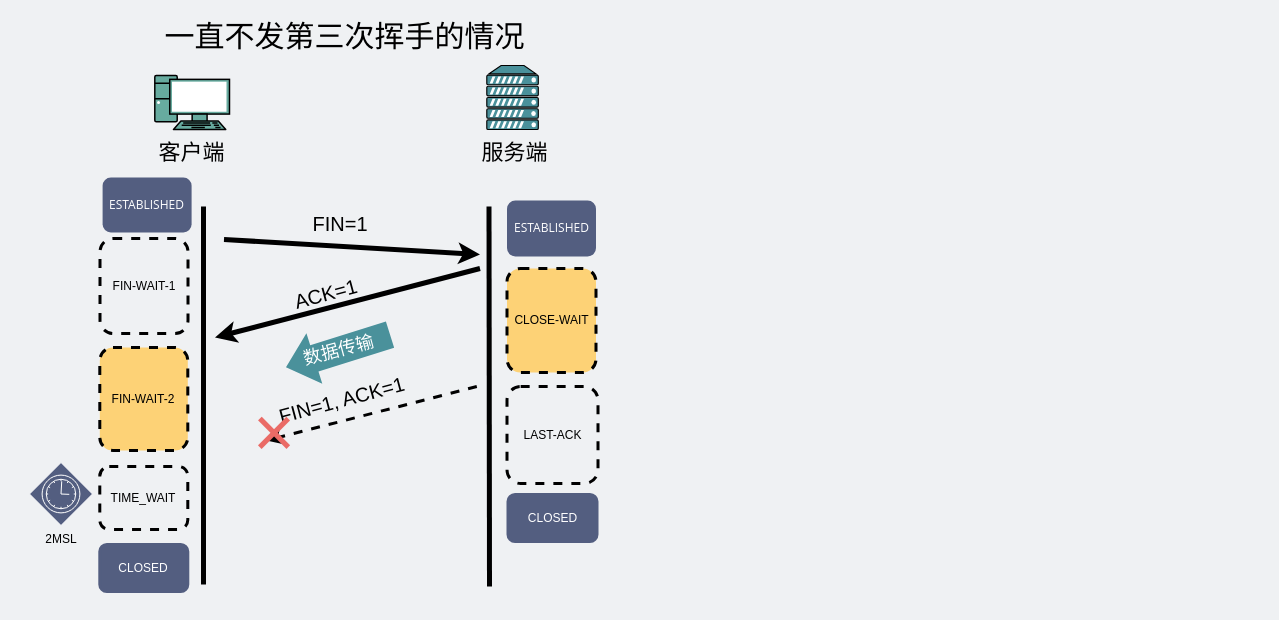
Earlier version of the draw.io diagram network/Copy of FIN-WAIT-2特别多的原因.drawio (xiaobaiTech/image). Source tidied: cells renumbered, new cells numbered last; positions are measured from the earlier drawing's top-left corner, leaving out a move shared by most shapes. Both pictures are drawn from the tidied source at 100%, with x=0, y=0 at pixel (29, 22).
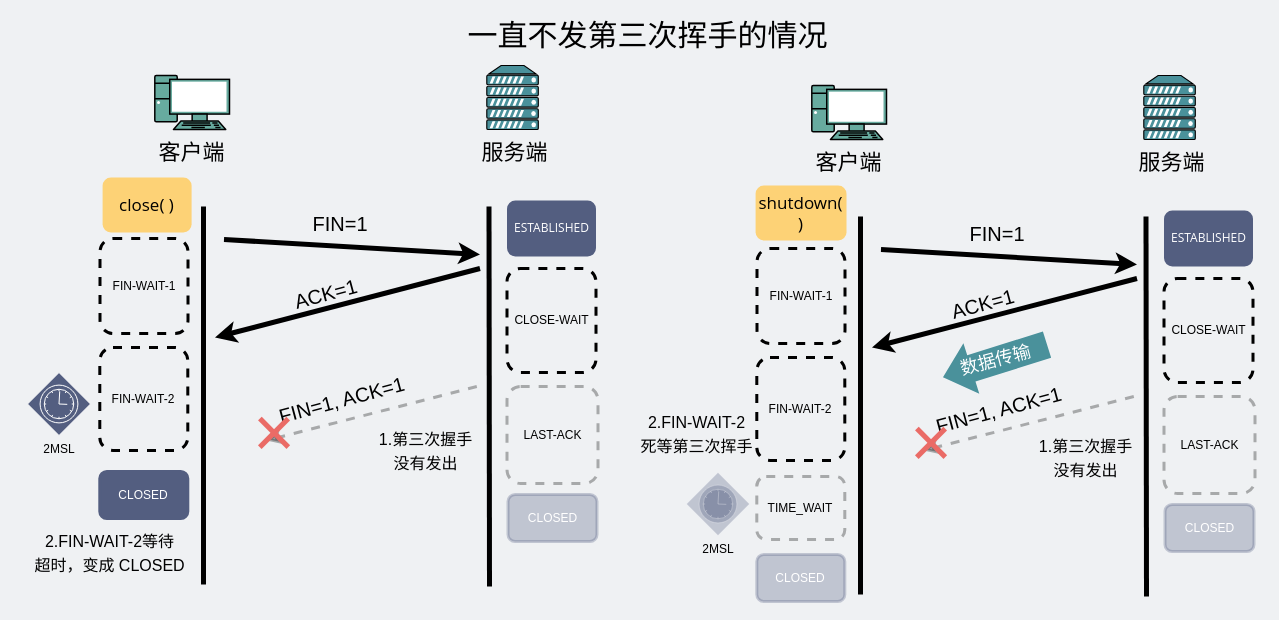
The same page after the edit.

Commit message:
一直不发第三次挥手的情况.drawio

What changed in the source:
```diff
@@
-    <mxCell id="2" style="shape=flexArrow;endArrow=classic;html=1;fontColor=#FFFFFF;gradientColor=none;endWidth=24.381720430107528;endSize=9.583333333333334;width=27.5;strokeColor=none;fillColor=#4A919B;" parent="1" edge="1">
-      <mxGeometry relative="1" as="geometry">
-        <mxPoint x="361" y="312" as="sourcePoint" />
-        <mxPoint x="256" y="345" as="targetPoint" />
-      </mxGeometry>
-    </mxCell>
@@
     <mxCell id="7" value="&lt;span style=&quot;font-size: 30px&quot;&gt;一直不发第三次挥手的情况&lt;/span&gt;" style="text;html=1;strokeColor=none;fillColor=none;align=center;verticalAlign=middle;whiteSpace=wrap;rounded=0;" parent="1" vertex="1">
-      <mxGeometry x="117.5" width="395" height="28" as="geometry" />
+      <mxGeometry x="420.5" y="-1" width="395" height="28" as="geometry" />
     </mxCell>
@@
-    <mxCell id="14" value="&lt;span&gt;CLOSE-WAIT&lt;/span&gt;" style="rounded=1;whiteSpace=wrap;html=1;strokeColor=#000000;dashed=1;strokeWidth=3;fillColor=#FDD276;" parent="1" vertex="1">
+    <mxCell id="14" value="&lt;span&gt;CLOSE-WAIT&lt;/span&gt;" style="rounded=1;whiteSpace=wrap;html=1;strokeColor=#000000;dashed=1;strokeWidth=3;fillColor=none;" parent="1" vertex="1">
       <mxGeometry x="477.5" y="246" width="89" height="104" as="geometry" />
     </mxCell>
-    <mxCell id="15" value="LAST-ACK" style="rounded=1;whiteSpace=wrap;html=1;strokeColor=#000000;fillColor=none;dashed=1;strokeWidth=3;" parent="1" vertex="1">
+    <mxCell id="15" value="LAST-ACK" style="rounded=1;whiteSpace=wrap;html=1;strokeColor=#000000;fillColor=none;dashed=1;strokeWidth=3;opacity=30;" parent="1" vertex="1">
       <mxGeometry x="477.5" y="364" width="91" height="97" as="geometry" />
     </mxCell>
-    <mxCell id="16" value="FIN-WAIT-2" style="rounded=1;whiteSpace=wrap;html=1;strokeColor=#000000;dashed=1;strokeWidth=3;fillColor=#FDD276;" parent="1" vertex="1">
+    <mxCell id="16" value="FIN-WAIT-2" style="rounded=1;whiteSpace=wrap;html=1;strokeColor=#000000;dashed=1;strokeWidth=3;fillColor=none;" parent="1" vertex="1">
       <mxGeometry x="70.3" y="325" width="88" height="103" as="geometry" />
     </mxCell>
@@
-    <mxCell id="19" style="endArrow=none;html=1;strokeWidth=3;startArrow=classic;startFill=1;endFill=0;dashed=1;" parent="1" edge="1">
+    <mxCell id="19" style="endArrow=none;html=1;strokeWidth=3;startArrow=classic;startFill=1;endFill=0;dashed=1;opacity=30;" parent="1" edge="1">
       <mxGeometry relative="1" as="geometry">
         <mxPoint x="237" y="418" as="sourcePoint" />
         <mxPoint x="451.5" y="363" as="targetPoint" />
       </mxGeometry>
     </mxCell>
@@
-    <mxCell id="21" value="TIME_WAIT" style="rounded=1;whiteSpace=wrap;html=1;strokeColor=#000000;fillColor=none;dashed=1;strokeWidth=3;" parent="1" vertex="1">
-      <mxGeometry x="70.3" y="444" width="88" height="63" as="geometry" />
-    </mxCell>
     <mxCell id="22" value="&lt;font color=&quot;#ffffff&quot;&gt;CLOSED&lt;/font&gt;" style="rounded=1;whiteSpace=wrap;html=1;strokeWidth=3;strokeColor=#535E80;fillColor=#535E80;" parent="1" vertex="1">
-      <mxGeometry x="70.3" y="522" width="88" height="47" as="geometry" />
+      <mxGeometry x="70.3" y="449" width="88" height="47" as="geometry" />
     </mxCell>
-    <mxCell id="23" value="&lt;font color=&quot;#ffffff&quot;&gt;CLOSED&lt;/font&gt;" style="rounded=1;whiteSpace=wrap;html=1;strokeWidth=3;strokeColor=#535E80;fillColor=#535E80;" parent="1" vertex="1">
+    <mxCell id="23" value="&lt;font color=&quot;#ffffff&quot;&gt;CLOSED&lt;/font&gt;" style="rounded=1;whiteSpace=wrap;html=1;strokeWidth=3;strokeColor=#535E80;fillColor=#535E80;opacity=30;" parent="1" vertex="1">
       <mxGeometry x="478.5" y="472" width="89" height="47" as="geometry" />
     </mxCell>
     <mxCell id="24" style="shape=mxgraph.bpmn.gateway2;html=1;verticalLabelPosition=bottom;labelBackgroundColor=#ffffff;verticalAlign=top;align=center;perimeter=rhombusPerimeter;outline=standard;symbol=timer;fillColor=#535E80;strokeColor=#FFFFFF;" parent="1" vertex="1">
-      <mxGeometry y="440" width="63" height="63" as="geometry" />
+      <mxGeometry x="-2" y="350" width="63" height="63" as="geometry" />
     </mxCell>
     <mxCell id="25" value="2MSL" style="text;html=1;strokeColor=none;fillColor=none;align=center;verticalAlign=middle;whiteSpace=wrap;rounded=0;" parent="1" vertex="1">
-      <mxGeometry x="11.5" y="507" width="40" height="20" as="geometry" />
+      <mxGeometry x="9.5" y="417" width="40" height="20" as="geometry" />
     </mxCell>
-    <mxCell id="26" value="&lt;span style=&quot;font-family: &amp;#34;open sans&amp;#34; , &amp;#34;clear sans&amp;#34; , &amp;#34;helvetica neue&amp;#34; , &amp;#34;helvetica&amp;#34; , &amp;#34;arial&amp;#34; , sans-serif&quot;&gt;&lt;font style=&quot;font-size: 12px&quot;&gt;ESTABLISHED&lt;br&gt;&lt;/font&gt;&lt;/span&gt;" style="rounded=1;whiteSpace=wrap;html=1;dashed=1;strokeWidth=3;fillColor=#535E80;strokeColor=none;fontColor=#FFFFFF;" parent="1" vertex="1">
+    <mxCell id="26" value="&lt;span style=&quot;font-family: &amp;#34;open sans&amp;#34; , &amp;#34;clear sans&amp;#34; , &amp;#34;helvetica neue&amp;#34; , &amp;#34;helvetica&amp;#34; , &amp;#34;arial&amp;#34; , sans-serif&quot;&gt;&lt;font&gt;&lt;font style=&quot;font-size: 17px&quot;&gt;close( )&lt;/font&gt;&lt;br&gt;&lt;/font&gt;&lt;/span&gt;" style="rounded=1;whiteSpace=wrap;html=1;dashed=1;strokeWidth=3;strokeColor=none;fillColor=#FDD276;" parent="1" vertex="1">
       <mxGeometry x="73.1" y="155" width="89" height="55" as="geometry" />
     </mxCell>
+    <mxCell id="28" value="&lt;font style=&quot;font-size: 72px&quot; color=&quot;#ea6b66&quot;&gt;×&lt;/font&gt;" style="text;html=1;strokeColor=none;fillColor=none;align=center;verticalAlign=middle;whiteSpace=wrap;rounded=0;opacity=30;" parent="1" vertex="1">
+      <mxGeometry x="224.5" y="400" width="40" height="20" as="geometry" />
+    </mxCell>
+    <mxCell id="29" value="&lt;font style=&quot;font-size: 16px&quot;&gt;1.第三次握手&lt;br&gt;没有发出&lt;/font&gt;" style="text;html=1;strokeColor=none;fillColor=none;align=center;verticalAlign=middle;whiteSpace=wrap;rounded=0;fontSize=20;rotation=0;" parent="1" vertex="1">
+      <mxGeometry x="322" y="411" width="149" height="32" as="geometry" />
+    </mxCell>
+    <mxCell id="30" value="&lt;font style=&quot;font-size: 16px&quot;&gt;2.FIN-WAIT-2等待&lt;br&gt;超时，变成 CLOSED&lt;/font&gt;" style="text;html=1;strokeColor=none;fillColor=none;align=center;verticalAlign=middle;whiteSpace=wrap;rounded=0;fontSize=20;rotation=0;" parent="1" vertex="1">
+      <mxGeometry x="-12" y="498" width="185" height="62" as="geometry" />
+    </mxCell>
+    <mxCell id="31" style="shape=flexArrow;endArrow=classic;html=1;fontColor=#FFFFFF;gradientColor=none;endWidth=24.381720430107528;endSize=9.583333333333334;width=27.5;strokeColor=none;fillColor=#4A919B;" parent="1" edge="1">
+      <mxGeometry relative="1" as="geometry">
+        <mxPoint x="1018" y="322" as="sourcePoint" />
+        <mxPoint x="913" y="355" as="targetPoint" />
+      </mxGeometry>
+    </mxCell>
+    <mxCell id="32" style="fontColor=#0066CC;verticalAlign=top;verticalLabelPosition=bottom;labelPosition=center;align=center;html=1;gradientColor=none;gradientDirection=north;strokeWidth=2;shape=mxgraph.networks.pc;fillColor=#67AB9F;fontSize=30;" parent="1" vertex="1">
+      <mxGeometry x="782.3" y="63" width="74.7" height="54" as="geometry" />
+    </mxCell>
+    <mxCell id="33" value="客户端" style="text;html=1;strokeColor=none;fillColor=none;align=center;verticalAlign=middle;whiteSpace=wrap;rounded=0;fontSize=22;" parent="1" vertex="1">
+      <mxGeometry x="730.1" y="131" width="179" height="20" as="geometry" />
+    </mxCell>
+    <mxCell id="34" style="fontColor=#0066CC;verticalAlign=top;verticalLabelPosition=bottom;labelPosition=center;align=center;html=1;gradientColor=none;gradientDirection=north;strokeWidth=2;shape=mxgraph.networks.server;fillColor=#4A919B;" parent="1" vertex="1">
+      <mxGeometry x="1114.3" y="53" width="51.5" height="64" as="geometry" />
+    </mxCell>
+    <mxCell id="35" value="服务端" style="text;html=1;strokeColor=none;fillColor=none;align=center;verticalAlign=middle;whiteSpace=wrap;rounded=0;fontSize=22;" parent="1" vertex="1">
+      <mxGeometry x="1053.3" y="131" width="179" height="20" as="geometry" />
+    </mxCell>
+    <mxCell id="36" style="endArrow=none;html=1;strokeWidth=5;" parent="1" edge="1">
+      <mxGeometry relative="1" as="geometry">
+        <mxPoint x="831" y="572" as="sourcePoint" />
+        <mxPoint x="831" y="194" as="targetPoint" />
+      </mxGeometry>
+    </mxCell>
+    <mxCell id="37" style="endArrow=classic;html=1;strokeWidth=5;fontSize=20;" parent="1" edge="1">
+      <mxGeometry relative="1" as="geometry">
+        <mxPoint x="851.5" y="227" as="sourcePoint" />
+        <mxPoint x="1107.5" y="242" as="targetPoint" />
+      </mxGeometry>
+    </mxCell>
+    <mxCell id="38" value="FIN=1" style="text;html=1;strokeColor=none;fillColor=none;align=center;verticalAlign=middle;whiteSpace=wrap;rounded=0;fontSize=20;" parent="1" vertex="1">
+      <mxGeometry x="921.5" y="200" width="92" height="21" as="geometry" />
+    </mxCell>
+    <mxCell id="39" style="endArrow=none;html=1;strokeWidth=5;startArrow=classic;startFill=1;endFill=0;" parent="1" edge="1">
+      <mxGeometry relative="1" as="geometry">
+        <mxPoint x="842.5" y="325" as="sourcePoint" />
+        <mxPoint x="1107.5" y="256" as="targetPoint" />
+      </mxGeometry>
+    </mxCell>
+    <mxCell id="40" value="FIN-WAIT-1" style="rounded=1;whiteSpace=wrap;html=1;strokeColor=#000000;fillColor=none;dashed=1;strokeWidth=3;" parent="1" vertex="1">
+      <mxGeometry x="727.5" y="226" width="88" height="95" as="geometry" />
+    </mxCell>
+    <mxCell id="41" value="&lt;span style=&quot;font-family: &amp;quot;open sans&amp;quot; , &amp;quot;clear sans&amp;quot; , &amp;quot;helvetica neue&amp;quot; , &amp;quot;helvetica&amp;quot; , &amp;quot;arial&amp;quot; , sans-serif&quot;&gt;&lt;font style=&quot;font-size: 12px&quot;&gt;ESTABLISHED&lt;/font&gt;&lt;/span&gt;" style="rounded=1;whiteSpace=wrap;html=1;dashed=1;strokeWidth=3;strokeColor=none;fillColor=#535E80;fontColor=#FFFFFF;" parent="1" vertex="1">
+      <mxGeometry x="1134.5" y="188" width="89" height="56" as="geometry" />
+    </mxCell>
+    <mxCell id="42" value="&lt;span&gt;CLOSE-WAIT&lt;/span&gt;" style="rounded=1;whiteSpace=wrap;html=1;strokeColor=#000000;dashed=1;strokeWidth=3;fillColor=none;" parent="1" vertex="1">
+      <mxGeometry x="1134.5" y="256" width="89" height="104" as="geometry" />
+    </mxCell>
+    <mxCell id="43" value="LAST-ACK" style="rounded=1;whiteSpace=wrap;html=1;strokeColor=#000000;fillColor=none;dashed=1;strokeWidth=3;opacity=30;" parent="1" vertex="1">
+      <mxGeometry x="1134.5" y="374" width="91" height="97" as="geometry" />
+    </mxCell>
+    <mxCell id="44" value="FIN-WAIT-2" style="rounded=1;whiteSpace=wrap;html=1;strokeColor=#000000;dashed=1;strokeWidth=3;fillColor=none;" parent="1" vertex="1">
+      <mxGeometry x="727.3" y="335" width="88" height="103" as="geometry" />
+    </mxCell>
+    <mxCell id="45" value="ACK=1" style="text;html=1;strokeColor=none;fillColor=none;align=center;verticalAlign=middle;whiteSpace=wrap;rounded=0;fontSize=20;rotation=-15;" parent="1" vertex="1">
+      <mxGeometry x="819.1" y="264.9" width="269" height="32" as="geometry" />
+    </mxCell>
+    <mxCell id="46" style="endArrow=none;html=1;strokeWidth=5;" parent="1" edge="1">
+      <mxGeometry relative="1" as="geometry">
+        <mxPoint x="1117" y="574" as="sourcePoint" />
+        <mxPoint x="1116.5" y="194" as="targetPoint" />
+      </mxGeometry>
+    </mxCell>
+    <mxCell id="47" style="endArrow=none;html=1;strokeWidth=3;startArrow=classic;startFill=1;endFill=0;dashed=1;opacity=30;" parent="1" edge="1">
+      <mxGeometry relative="1" as="geometry">
+        <mxPoint x="894" y="428" as="sourcePoint" />
+        <mxPoint x="1108.5" y="373" as="targetPoint" />
+      </mxGeometry>
+    </mxCell>
+    <mxCell id="48" value="FIN=1, ACK=1" style="text;html=1;strokeColor=none;fillColor=none;align=center;verticalAlign=middle;whiteSpace=wrap;rounded=0;fontSize=20;rotation=-15;" parent="1" vertex="1">
+      <mxGeometry x="835" y="371" width="269" height="32" as="geometry" />
+    </mxCell>
+    <mxCell id="21" value="TIME_WAIT" style="rounded=1;whiteSpace=wrap;html=1;strokeColor=#000000;fillColor=none;dashed=1;strokeWidth=3;opacity=30;" parent="1" vertex="1">
+      <mxGeometry x="727.3" y="454" width="88" height="63" as="geometry" />
+    </mxCell>
+    <mxCell id="49" value="&lt;font color=&quot;#ffffff&quot;&gt;CLOSED&lt;/font&gt;" style="rounded=1;whiteSpace=wrap;html=1;strokeWidth=3;strokeColor=#535E80;fillColor=#535E80;opacity=30;" parent="1" vertex="1">
+      <mxGeometry x="727.3" y="532" width="88" height="47" as="geometry" />
+    </mxCell>
+    <mxCell id="50" value="&lt;font color=&quot;#ffffff&quot;&gt;CLOSED&lt;/font&gt;" style="rounded=1;whiteSpace=wrap;html=1;strokeWidth=3;strokeColor=#535E80;fillColor=#535E80;opacity=30;" parent="1" vertex="1">
+      <mxGeometry x="1135.5" y="482" width="89" height="47" as="geometry" />
+    </mxCell>
+    <mxCell id="51" style="shape=mxgraph.bpmn.gateway2;html=1;verticalLabelPosition=bottom;labelBackgroundColor=#ffffff;verticalAlign=top;align=center;perimeter=rhombusPerimeter;outline=standard;symbol=timer;fillColor=#535E80;strokeColor=#FFFFFF;opacity=30;" parent="1" vertex="1">
+      <mxGeometry x="657" y="450" width="63" height="63" as="geometry" />
+    </mxCell>
+    <mxCell id="52" value="2MSL" style="text;html=1;strokeColor=none;fillColor=none;align=center;verticalAlign=middle;whiteSpace=wrap;rounded=0;opacity=30;" parent="1" vertex="1">
+      <mxGeometry x="668.5" y="517" width="40" height="20" as="geometry" />
+    </mxCell>
+    <mxCell id="53" value="&lt;span style=&quot;font-family: &amp;#34;open sans&amp;#34; , &amp;#34;clear sans&amp;#34; , &amp;#34;helvetica neue&amp;#34; , &amp;#34;helvetica&amp;#34; , &amp;#34;arial&amp;#34; , sans-serif&quot;&gt;&lt;font&gt;&lt;font style=&quot;font-size: 17px&quot;&gt;shutdown( )&lt;/font&gt;&lt;br&gt;&lt;/font&gt;&lt;/span&gt;" style="rounded=1;whiteSpace=wrap;html=1;dashed=1;strokeWidth=3;strokeColor=none;fillColor=#FDD276;" parent="1" vertex="1">
+      <mxGeometry x="726.1" y="163" width="90.9" height="55" as="geometry" />
+    </mxCell>
     <mxCell id="27" value="&lt;font style=&quot;font-size: 18px&quot;&gt;数据传输&lt;/font&gt;" style="text;html=1;strokeColor=none;fillColor=none;align=center;verticalAlign=middle;whiteSpace=wrap;rounded=0;fontColor=#FFFFFF;rotation=-15;" parent="1" vertex="1">
-      <mxGeometry x="270" y="318" width="79" height="20" as="geometry" />
+      <mxGeometry x="927" y="328" width="79" height="20" as="geometry" />
     </mxCell>
-    <mxCell id="28" value="&lt;font style=&quot;font-size: 72px&quot; color=&quot;#ea6b66&quot;&gt;×&lt;/font&gt;" style="text;html=1;strokeColor=none;fillColor=none;align=center;verticalAlign=middle;whiteSpace=wrap;rounded=0;" parent="1" vertex="1">
-      <mxGeometry x="224.5" y="400" width="40" height="20" as="geometry" />
-    </mxCell>
+    <mxCell id="54" value="&lt;font style=&quot;font-size: 72px&quot; color=&quot;#ea6b66&quot;&gt;×&lt;/font&gt;" style="text;html=1;strokeColor=none;fillColor=none;align=center;verticalAlign=middle;whiteSpace=wrap;rounded=0;" parent="1" vertex="1">
+      <mxGeometry x="881.5" y="410" width="40" height="20" as="geometry" />
+    </mxCell>
+    <mxCell id="55" value="&lt;font style=&quot;font-size: 16px&quot;&gt;1.第三次握手&lt;br&gt;没有发出&lt;/font&gt;" style="text;html=1;strokeColor=none;fillColor=none;align=center;verticalAlign=middle;whiteSpace=wrap;rounded=0;fontSize=20;rotation=0;" parent="1" vertex="1">
+      <mxGeometry x="982" y="418" width="149" height="32" as="geometry" />
+    </mxCell>
+    <mxCell id="56" value="&lt;font style=&quot;font-size: 16px&quot;&gt;2.FIN-WAIT-2 &lt;br&gt;死等第三次挥手&lt;/font&gt;" style="text;html=1;strokeColor=none;fillColor=none;align=center;verticalAlign=middle;whiteSpace=wrap;rounded=0;fontSize=20;rotation=0;" parent="1" vertex="1">
+      <mxGeometry x="575.3" y="379" width="185" height="62" as="geometry" />
+    </mxCell>
```
